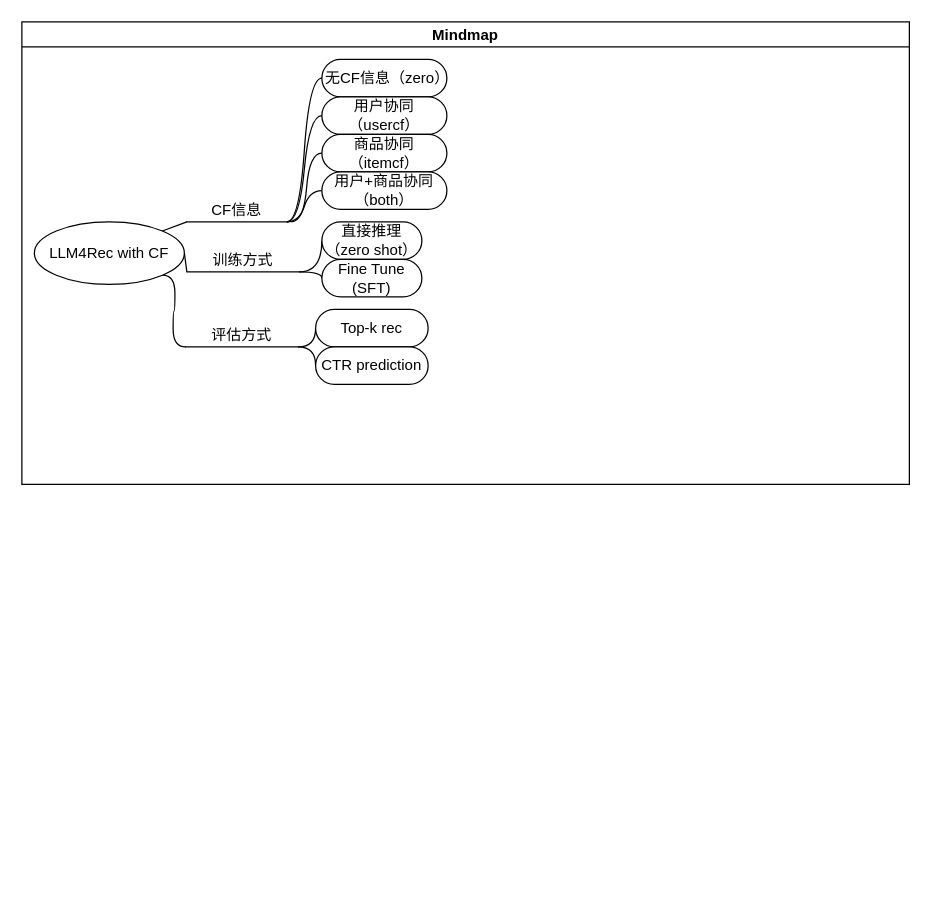
mediumboat/LLM4Rec keeps this draw.io diagram as Untitled Diagram.drawio. Above is the earlier version. Source tidied: cells renumbered, new cells numbered last; positions are measured from the earlier drawing's top-left corner, leaving out a move shared by most shapes. Both pictures are drawn from the tidied source at 125%, with x=0, y=0 at pixel (21, 21).
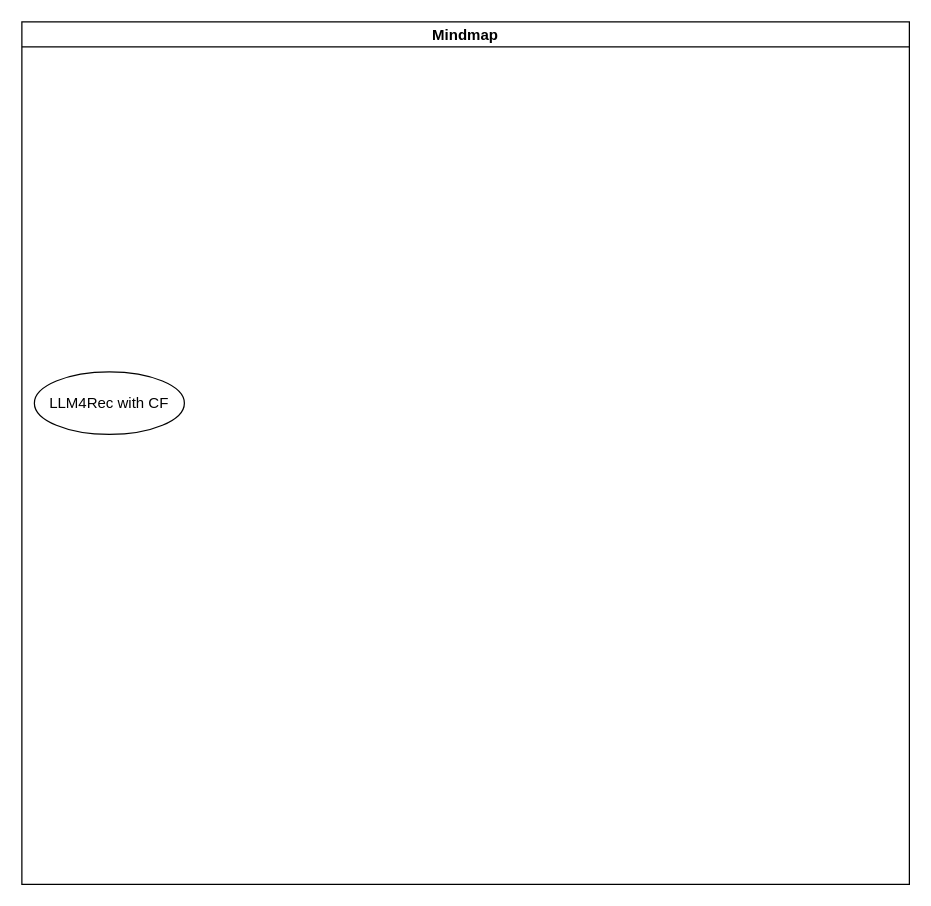
The same page after the edit.

The edit, as a diff of the source:
```diff
@@
     <mxCell id="2" value="Mindmap" style="swimlane;startSize=20;horizontal=1;containerType=tree;" parent="1" vertex="1">
-      <mxGeometry width="710" height="370" as="geometry" />
+      <mxGeometry width="710" height="690" as="geometry" />
     </mxCell>
-    <mxCell id="3" style="edgeStyle=entityRelationEdgeStyle;startArrow=none;endArrow=none;segment=10;curved=1;sourcePerimeterSpacing=0;targetPerimeterSpacing=0;rounded=0;exitX=1;exitY=1;exitDx=0;exitDy=0;" parent="2" edge="1" source="4" target="7">
-      <mxGeometry relative="1" as="geometry" />
-    </mxCell>
-    <mxCell id="4" value="LLM4Rec with CF" style="ellipse;whiteSpace=wrap;html=1;align=center;newEdgeStyle={&quot;edgeStyle&quot;:&quot;entityRelationEdgeStyle&quot;,&quot;startArrow&quot;:&quot;none&quot;,&quot;endArrow&quot;:&quot;none&quot;,&quot;segment&quot;:10,&quot;curved&quot;:1,&quot;sourcePerimeterSpacing&quot;:0,&quot;targetPerimeterSpacing&quot;:0};" parent="2" vertex="1">
-      <mxGeometry x="10" y="160" width="120" height="50" as="geometry" />
+    <mxCell id="4" value="LLM4Rec with CF" style="ellipse;whiteSpace=wrap;html=1;align=center;newEdgeStyle={&quot;edgeStyle&quot;:&quot;entityRelationEdgeStyle&quot;,&quot;startArrow&quot;:&quot;none&quot;,&quot;endArrow&quot;:&quot;none&quot;,&quot;segment&quot;:10,&quot;curved&quot;:1,&quot;sourcePerimeterSpacing&quot;:0,&quot;targetPerimeterSpacing&quot;:0};" parent="2" vertex="1" collapsed="1">
+      <mxGeometry x="10" y="280" width="120" height="50" as="geometry" />
     </mxCell>
-    <mxCell id="5" style="edgeStyle=orthogonalEdgeStyle;rounded=0;jettySize=auto;html=1;startArrow=none;endArrow=none;segment=10;curved=1;sourcePerimeterSpacing=0;targetPerimeterSpacing=0;exitX=1;exitY=1;exitDx=0;exitDy=0;entryX=0;entryY=0.5;entryDx=0;entryDy=0;" parent="2" edge="1" source="7" target="24">
-      <mxGeometry relative="1" as="geometry" />
-    </mxCell>
-    <mxCell id="6" style="edgeStyle=orthogonalEdgeStyle;rounded=0;jettySize=auto;html=1;startArrow=none;endArrow=none;segment=10;curved=1;sourcePerimeterSpacing=0;targetPerimeterSpacing=0;exitX=1;exitY=1;exitDx=0;exitDy=0;entryX=0;entryY=0.5;entryDx=0;entryDy=0;" parent="2" edge="1" source="7" target="25">
-      <mxGeometry relative="1" as="geometry" />
-    </mxCell>
-    <mxCell id="7" value="评估方式" style="whiteSpace=wrap;html=1;shape=partialRectangle;top=0;left=0;bottom=1;right=0;points=[[0,1],[1,1]];fillColor=none;align=center;verticalAlign=bottom;routingCenterY=0.5;snapToPoint=1;newEdgeStyle={&quot;edgeStyle&quot;:&quot;entityRelationEdgeStyle&quot;,&quot;startArrow&quot;:&quot;none&quot;,&quot;endArrow&quot;:&quot;none&quot;,&quot;segment&quot;:10,&quot;curved&quot;:1,&quot;sourcePerimeterSpacing&quot;:0,&quot;targetPerimeterSpacing&quot;:0};" parent="2" vertex="1">
-      <mxGeometry x="131" y="230" width="90" height="30" as="geometry" />
-    </mxCell>
-    <mxCell id="8" style="edgeStyle=entityRelationEdgeStyle;rounded=0;jettySize=auto;html=1;startArrow=none;endArrow=none;segment=10;curved=1;sourcePerimeterSpacing=0;targetPerimeterSpacing=0;exitX=1;exitY=1;exitDx=0;exitDy=0;entryX=0;entryY=0.5;entryDx=0;entryDy=0;" parent="2" edge="1" source="9" target="21">
-      <mxGeometry relative="1" as="geometry" />
-    </mxCell>
-    <mxCell id="9" value="CF信息" style="whiteSpace=wrap;html=1;shape=partialRectangle;top=0;left=0;bottom=1;right=0;points=[[0,1],[1,1]];fillColor=none;align=center;verticalAlign=bottom;routingCenterY=0.5;snapToPoint=1;newEdgeStyle={&quot;edgeStyle&quot;:&quot;entityRelationEdgeStyle&quot;,&quot;startArrow&quot;:&quot;none&quot;,&quot;endArrow&quot;:&quot;none&quot;,&quot;segment&quot;:10,&quot;curved&quot;:1,&quot;sourcePerimeterSpacing&quot;:0,&quot;targetPerimeterSpacing&quot;:0};" parent="2" vertex="1">
-      <mxGeometry x="132" y="130" width="80" height="30" as="geometry" />
-    </mxCell>
-    <mxCell id="10" style="startArrow=none;endArrow=none;segment=10;sourcePerimeterSpacing=0;targetPerimeterSpacing=0;rounded=0;exitX=1;exitY=0;exitDx=0;exitDy=0;" parent="2" edge="1" source="4" target="9">
-      <mxGeometry relative="1" as="geometry" />
-    </mxCell>
-    <mxCell id="11" style="rounded=0;jettySize=auto;html=1;startArrow=none;endArrow=none;segment=10;sourcePerimeterSpacing=0;targetPerimeterSpacing=0;exitX=1;exitY=1;exitDx=0;exitDy=0;entryX=0;entryY=0.5;entryDx=0;entryDy=0;edgeStyle=orthogonalEdgeStyle;curved=1;" parent="2" edge="1" source="13" target="22">
-      <mxGeometry relative="1" as="geometry" />
-    </mxCell>
-    <mxCell id="12" style="rounded=0;jettySize=auto;html=1;startArrow=none;endArrow=none;segment=10;sourcePerimeterSpacing=0;targetPerimeterSpacing=0;exitX=1;exitY=1;exitDx=0;exitDy=0;entryX=0;entryY=0.5;entryDx=0;entryDy=0;edgeStyle=orthogonalEdgeStyle;curved=1;" parent="2" edge="1" source="13" target="23">
-      <mxGeometry relative="1" as="geometry" />
-    </mxCell>
-    <mxCell id="13" value="训练方式" style="whiteSpace=wrap;html=1;shape=partialRectangle;top=0;left=0;bottom=1;right=0;points=[[0,1],[1,1]];fillColor=none;align=center;verticalAlign=bottom;routingCenterY=0.5;snapToPoint=1;newEdgeStyle={&quot;edgeStyle&quot;:&quot;entityRelationEdgeStyle&quot;,&quot;startArrow&quot;:&quot;none&quot;,&quot;endArrow&quot;:&quot;none&quot;,&quot;segment&quot;:10,&quot;curved&quot;:1,&quot;sourcePerimeterSpacing&quot;:0,&quot;targetPerimeterSpacing&quot;:0};" parent="2" vertex="1">
-      <mxGeometry x="132" y="170" width="90" height="30" as="geometry" />
-    </mxCell>
-    <mxCell id="14" style="startArrow=none;endArrow=none;segment=10;sourcePerimeterSpacing=0;targetPerimeterSpacing=0;rounded=0;exitX=1;exitY=0.5;exitDx=0;exitDy=0;entryX=0;entryY=1;entryDx=0;entryDy=0;" parent="2" edge="1" source="4" target="13">
-      <mxGeometry relative="1" as="geometry" />
-    </mxCell>
-    <mxCell id="15" value="无CF信息（zero）" style="whiteSpace=wrap;html=1;rounded=1;arcSize=50;align=center;verticalAlign=middle;strokeWidth=1;spacing=4;newEdgeStyle={&quot;edgeStyle&quot;:&quot;entityRelationEdgeStyle&quot;,&quot;startArrow&quot;:&quot;none&quot;,&quot;endArrow&quot;:&quot;none&quot;,&quot;segment&quot;:10,&quot;curved&quot;:1,&quot;sourcePerimeterSpacing&quot;:0,&quot;targetPerimeterSpacing&quot;:0};" parent="2" vertex="1">
-      <mxGeometry x="240" y="30" width="100" height="30" as="geometry" />
-    </mxCell>
-    <mxCell id="16" style="edgeStyle=entityRelationEdgeStyle;startArrow=none;endArrow=none;segment=10;curved=1;sourcePerimeterSpacing=0;targetPerimeterSpacing=0;rounded=0;exitX=1;exitY=1;exitDx=0;exitDy=0;" parent="2" edge="1" source="9" target="15">
-      <mxGeometry relative="1" as="geometry" />
-    </mxCell>
-    <mxCell id="17" value="用户协同（usercf）" style="whiteSpace=wrap;html=1;rounded=1;arcSize=50;align=center;verticalAlign=middle;strokeWidth=1;spacing=4;newEdgeStyle={&quot;edgeStyle&quot;:&quot;entityRelationEdgeStyle&quot;,&quot;startArrow&quot;:&quot;none&quot;,&quot;endArrow&quot;:&quot;none&quot;,&quot;segment&quot;:10,&quot;curved&quot;:1,&quot;sourcePerimeterSpacing&quot;:0,&quot;targetPerimeterSpacing&quot;:0};" parent="2" vertex="1">
-      <mxGeometry x="240" y="60" width="100" height="30" as="geometry" />
-    </mxCell>
-    <mxCell id="18" style="edgeStyle=entityRelationEdgeStyle;startArrow=none;endArrow=none;segment=10;curved=1;sourcePerimeterSpacing=0;targetPerimeterSpacing=0;rounded=0;exitX=1;exitY=1;exitDx=0;exitDy=0;" parent="2" edge="1" source="9" target="17">
-      <mxGeometry relative="1" as="geometry" />
-    </mxCell>
-    <mxCell id="19" value="商品协同（itemcf）" style="whiteSpace=wrap;html=1;rounded=1;arcSize=50;align=center;verticalAlign=middle;strokeWidth=1;spacing=4;newEdgeStyle={&quot;edgeStyle&quot;:&quot;entityRelationEdgeStyle&quot;,&quot;startArrow&quot;:&quot;none&quot;,&quot;endArrow&quot;:&quot;none&quot;,&quot;segment&quot;:10,&quot;curved&quot;:1,&quot;sourcePerimeterSpacing&quot;:0,&quot;targetPerimeterSpacing&quot;:0};" parent="2" vertex="1">
-      <mxGeometry x="240" y="90" width="100" height="30" as="geometry" />
-    </mxCell>
-    <mxCell id="20" style="edgeStyle=entityRelationEdgeStyle;startArrow=none;endArrow=none;segment=10;curved=1;sourcePerimeterSpacing=0;targetPerimeterSpacing=0;rounded=0;exitX=1.045;exitY=0.997;exitDx=0;exitDy=0;exitPerimeter=0;" parent="2" edge="1" source="9" target="19">
-      <mxGeometry relative="1" as="geometry" />
-    </mxCell>
-    <mxCell id="21" value="用户+商品协同（both）" style="whiteSpace=wrap;html=1;rounded=1;arcSize=50;align=center;verticalAlign=middle;strokeWidth=1;spacing=4;newEdgeStyle={&quot;edgeStyle&quot;:&quot;entityRelationEdgeStyle&quot;,&quot;startArrow&quot;:&quot;none&quot;,&quot;endArrow&quot;:&quot;none&quot;,&quot;segment&quot;:10,&quot;curved&quot;:1,&quot;sourcePerimeterSpacing&quot;:0,&quot;targetPerimeterSpacing&quot;:0};" parent="2" vertex="1">
-      <mxGeometry x="240" y="120" width="100" height="30" as="geometry" />
-    </mxCell>
-    <mxCell id="22" value="直接推理（zero shot）" style="whiteSpace=wrap;html=1;rounded=1;arcSize=50;align=center;verticalAlign=middle;strokeWidth=1;spacing=4;newEdgeStyle={&quot;edgeStyle&quot;:&quot;entityRelationEdgeStyle&quot;,&quot;startArrow&quot;:&quot;none&quot;,&quot;endArrow&quot;:&quot;none&quot;,&quot;segment&quot;:10,&quot;curved&quot;:1,&quot;sourcePerimeterSpacing&quot;:0,&quot;targetPerimeterSpacing&quot;:0};" parent="2" vertex="1">
-      <mxGeometry x="240" y="160" width="80" height="30" as="geometry" />
-    </mxCell>
-    <mxCell id="23" value="Fine Tune&lt;br&gt;(SFT)" style="whiteSpace=wrap;html=1;rounded=1;arcSize=50;align=center;verticalAlign=middle;strokeWidth=1;spacing=4;newEdgeStyle={&quot;edgeStyle&quot;:&quot;entityRelationEdgeStyle&quot;,&quot;startArrow&quot;:&quot;none&quot;,&quot;endArrow&quot;:&quot;none&quot;,&quot;segment&quot;:10,&quot;curved&quot;:1,&quot;sourcePerimeterSpacing&quot;:0,&quot;targetPerimeterSpacing&quot;:0};" parent="2" vertex="1">
-      <mxGeometry x="240" y="190" width="80" height="30" as="geometry" />
-    </mxCell>
-    <mxCell id="24" value="Top-k rec" style="whiteSpace=wrap;html=1;rounded=1;arcSize=50;align=center;verticalAlign=middle;strokeWidth=1;spacing=4;newEdgeStyle={&quot;edgeStyle&quot;:&quot;entityRelationEdgeStyle&quot;,&quot;startArrow&quot;:&quot;none&quot;,&quot;endArrow&quot;:&quot;none&quot;,&quot;segment&quot;:10,&quot;curved&quot;:1,&quot;sourcePerimeterSpacing&quot;:0,&quot;targetPerimeterSpacing&quot;:0};" parent="2" vertex="1">
-      <mxGeometry x="235" y="230" width="90" height="30" as="geometry" />
-    </mxCell>
-    <mxCell id="25" value="CTR prediction" style="whiteSpace=wrap;html=1;rounded=1;arcSize=50;align=center;verticalAlign=middle;strokeWidth=1;spacing=4;newEdgeStyle={&quot;edgeStyle&quot;:&quot;entityRelationEdgeStyle&quot;,&quot;startArrow&quot;:&quot;none&quot;,&quot;endArrow&quot;:&quot;none&quot;,&quot;segment&quot;:10,&quot;curved&quot;:1,&quot;sourcePerimeterSpacing&quot;:0,&quot;targetPerimeterSpacing&quot;:0};" parent="2" vertex="1">
-      <mxGeometry x="235" y="260" width="90" height="30" as="geometry" />
-    </mxCell>
```
